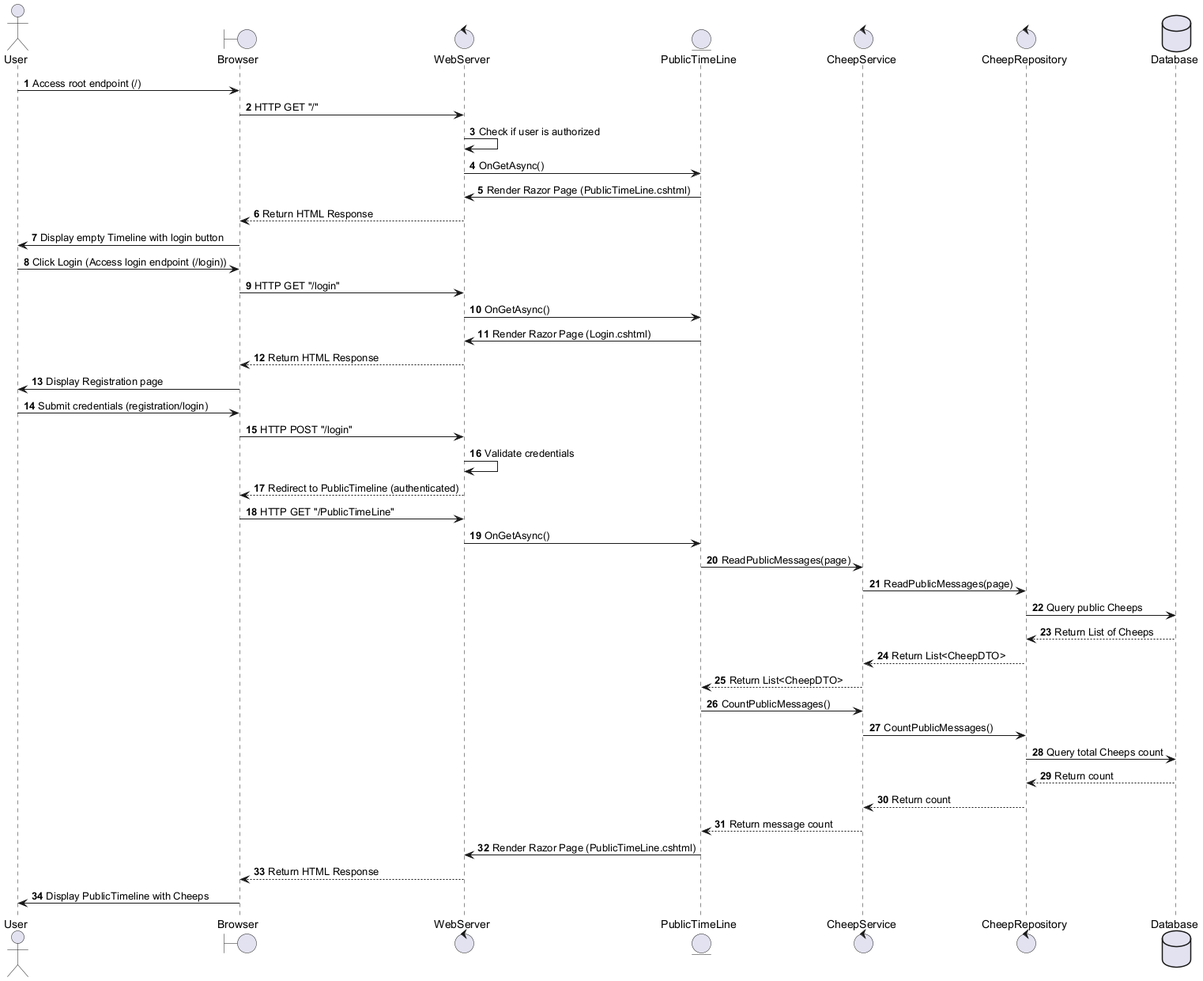
Above: docs/diagrams/SimunsPics/NewUser.png in ITU-BDSA2024-GROUP13/Chirp (PlantUML), before the change.
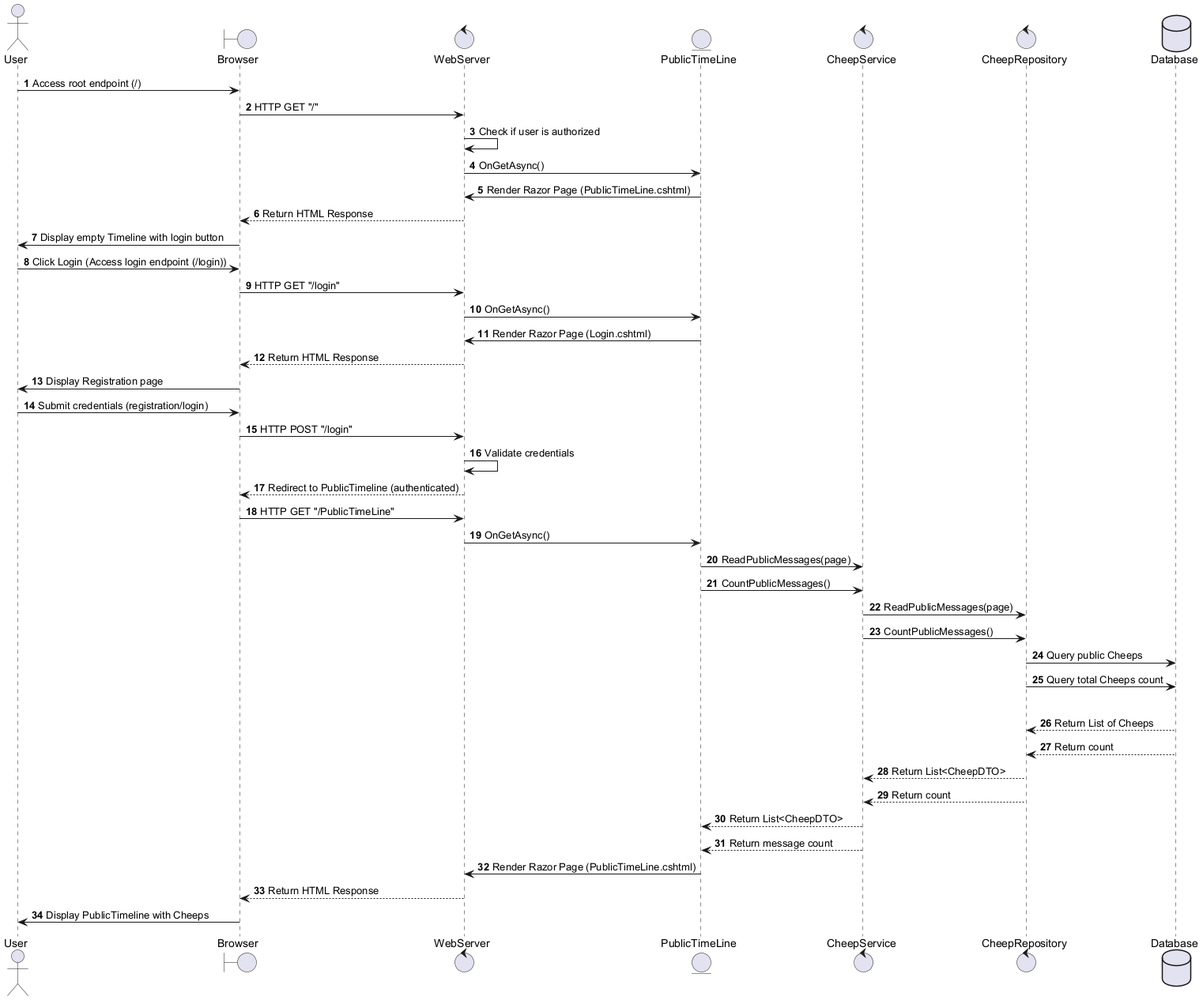
The same file after the commit.

Change to the diagram source:
```diff
@@ -37,17 +37,21 @@
 WS -> PT : OnGetAsync()
 
 PT -> CS : ReadPublicMessages(page)
+PT -> CS : CountPublicMessages()
+
 CS -> CR : ReadPublicMessages(page)
+CS -> CR : CountPublicMessages()
+
 CR -> DB : Query public Cheeps
+CR -> DB : Query total Cheeps count
+|||
 DB --> CR : Return List of Cheeps
+DB --> CR : Return count
+
 CR --> CS : Return List<CheepDTO>
+CR --> CS : Return count
+
 CS --> PT : Return List<CheepDTO>
-
-PT -> CS : CountPublicMessages()
-CS -> CR : CountPublicMessages()
-CR -> DB : Query total Cheeps count
-DB --> CR : Return count
-CR --> CS : Return count
 CS --> PT : Return message count
 
 PT -> WS : Render Razor Page (PublicTimeLine.cshtml)
```
